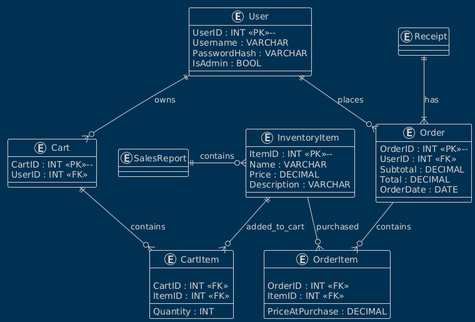
The PlantUML diagram technical-design/entityrelationshipdiagram.png in Krogers48/swe-3313-fall-2025-team-12, before a commit. Its diagram source:
```plantuml
@startuml
!theme blueprint

entity "User" as User {

UserID : INT <<PK>>--
Username : VARCHAR
PasswordHash : VARCHAR
IsAdmin : BOOL
}

entity "InventoryItem" as Inventory {

ItemID : INT <<PK>>--
Name : VARCHAR
Price : DECIMAL
Description : VARCHAR
}

entity "Cart" as Cart {

CartID : INT <<PK>>--
UserID : INT <<FK>>
}

entity "CartItem" as CartItem {

CartID : INT <<FK>>
ItemID : INT <<FK>>
--
Quantity : INT
}

entity "Order" as Order {

OrderID : INT <<PK>>--
UserID : INT <<FK>>
Subtotal : DECIMAL
Total : DECIMAL
OrderDate : DATE
}

entity "OrderItem" as OrderItem {

OrderID : INT <<FK>>
ItemID : INT <<FK>>
--
PriceAtPurchase : DECIMAL
}

entity "Receipt" as Receipt{

}

entity "SalesReport" as SalesReport {

}


User ||--o{ Cart : owns
Cart ||--o{ CartItem : contains
Inventory ||--o{ CartItem : added_to_cart
SalesReport ||-o{ Inventory : contains

User ||--o{ Order : places
Order --o{ OrderItem : contains
Receipt ||--|{ Order: has
Inventory --o{ OrderItem : purchased
@enduml
```
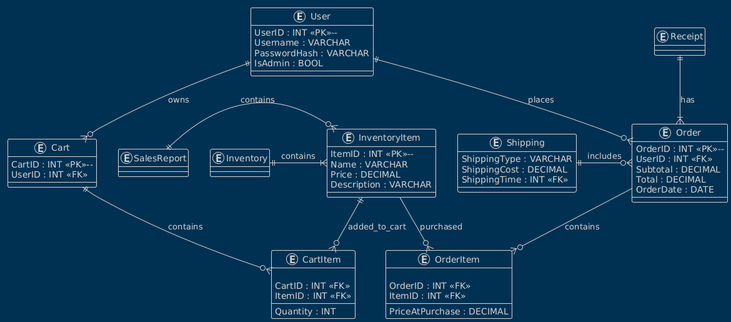
The same diagram one commit later.

What changed in the source:
```diff
@@ -9,7 +9,7 @@
 IsAdmin : BOOL
 }
 
-entity "InventoryItem" as Inventory {
+entity "InventoryItem" as InventoryItem {
 
 ItemID : INT <<PK>>--
 Name : VARCHAR
@@ -56,14 +56,28 @@
 
 }
 
+entity "Inventory" as Inventory {
+
+}
+
+entity "Shipping" as Shipping {
+
+ShippingType : VARCHAR
+ShippingCost : DECIMAL
+ShippingTime : INT <<FK>>
+
+}
+
 
 User ||--o{ Cart : owns
 Cart ||--o{ CartItem : contains
-Inventory ||--o{ CartItem : added_to_cart
-SalesReport ||-o{ Inventory : contains
+InventoryItem ||--o{ CartItem : added_to_cart
+SalesReport ||-o{ InventoryItem : contains
+Shipping ||-o{ Order : includes
 
 User ||--o{ Order : places
 Order --o{ OrderItem : contains
 Receipt ||--|{ Order: has
-Inventory --o{ OrderItem : purchased
+InventoryItem --o{ OrderItem : purchased
+Inventory ||-|{ InventoryItem : contains
 @enduml
```
